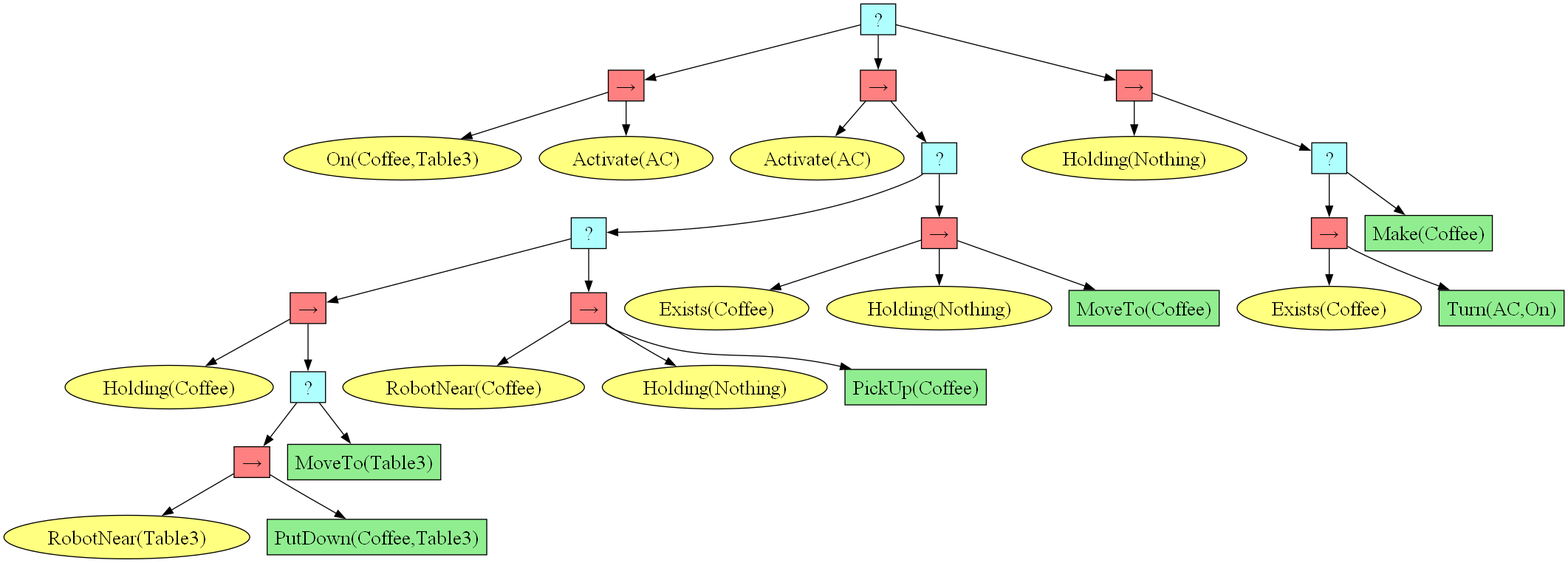
The Graphviz diagram test_exp/behavior_tree.png in DIDS-EI/BTPG, before a commit. Its source is kept beside it as test_exp/behavior_tree.dot.
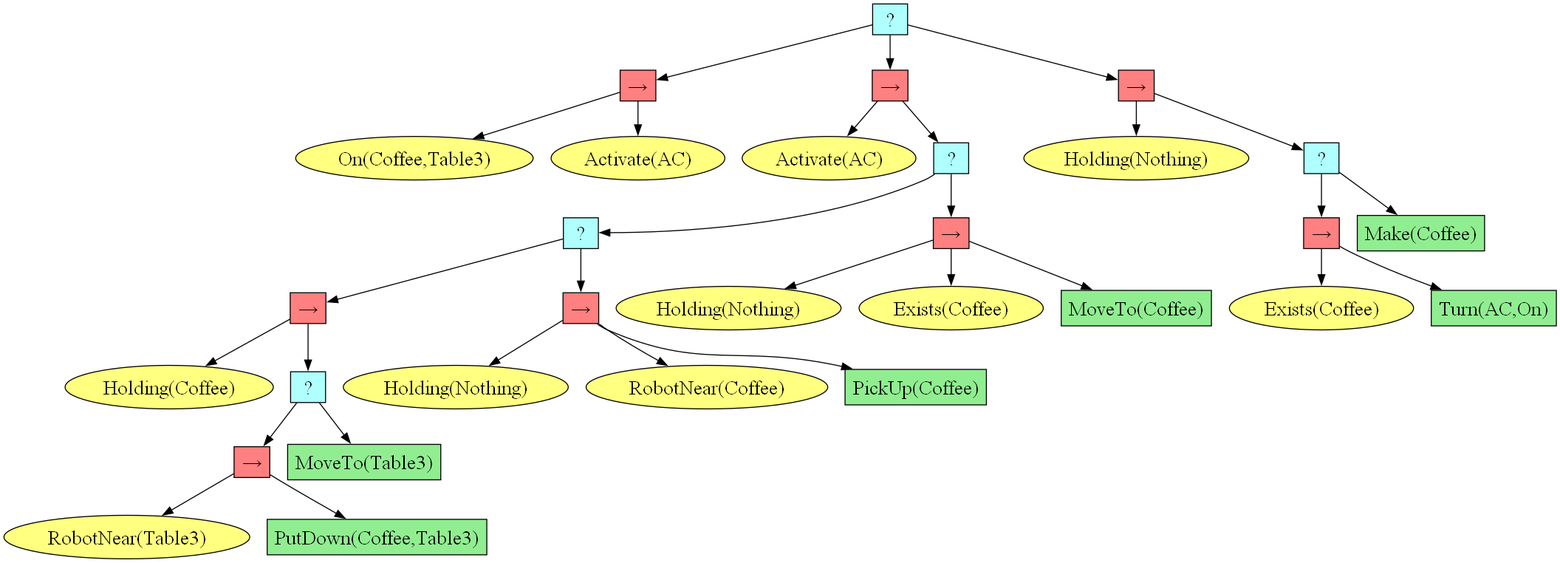
The same file after the commit.

Diff of the diagram source:
```diff
@@ -3,63 +3,63 @@
 graph [fontname="times-roman"];
 node [fontname="times-roman"];
 edge [fontname="times-roman"];
-"34a19ca0-0fbe-4056-8a72-8eb3d5da2c02" [fillcolor="#B0FFFF", fontcolor=black, fontsize=20, height=0.01, label=" ? ", shape=box, style=filled, width=0.01];
-"323f8d2c-ba91-422e-9818-ec222b9a08a6" [fillcolor="#FF8080", fontcolor=black, fontsize=20, height=0.01, label="&rarr;", shape=box, style=filled, width=0.01];
-"34a19ca0-0fbe-4056-8a72-8eb3d5da2c02" -> "323f8d2c-ba91-422e-9818-ec222b9a08a6";
-"8bbf36b4-bb47-4442-b671-87a81bb95b92" [fillcolor="#FFFF80", fontcolor=black, fontsize=20, label="On(Coffee,Table3)", shape=ellipse, style=filled];
-"323f8d2c-ba91-422e-9818-ec222b9a08a6" -> "8bbf36b4-bb47-4442-b671-87a81bb95b92";
-"9d35d95f-66da-4f33-8b60-67a6adf03b60" [fillcolor="#FFFF80", fontcolor=black, fontsize=20, label="Activate(AC)", shape=ellipse, style=filled];
-"323f8d2c-ba91-422e-9818-ec222b9a08a6" -> "9d35d95f-66da-4f33-8b60-67a6adf03b60";
-"1a3dc1e1-e78c-4251-9063-54b22ab9f140" [fillcolor="#FF8080", fontcolor=black, fontsize=20, height=0.01, label="&rarr;", shape=box, style=filled, width=0.01];
-"34a19ca0-0fbe-4056-8a72-8eb3d5da2c02" -> "1a3dc1e1-e78c-4251-9063-54b22ab9f140";
-"edda9bb5-5d80-4829-a66f-f4d9244ef62f" [fillcolor="#FFFF80", fontcolor=black, fontsize=20, label="Activate(AC)", shape=ellipse, style=filled];
-"1a3dc1e1-e78c-4251-9063-54b22ab9f140" -> "edda9bb5-5d80-4829-a66f-f4d9244ef62f";
-"aa7258eb-3653-48ad-be2b-69e1a2fbe213" [fillcolor="#B0FFFF", fontcolor=black, fontsize=20, height=0.01, label=" ? ", shape=box, style=filled, width=0.01];
-"1a3dc1e1-e78c-4251-9063-54b22ab9f140" -> "aa7258eb-3653-48ad-be2b-69e1a2fbe213";
-"5d1e0cb2-f457-435f-85fc-9e89969491ce" [fillcolor="#B0FFFF", fontcolor=black, fontsize=20, height=0.01, label=" ? ", shape=box, style=filled, width=0.01];
-"aa7258eb-3653-48ad-be2b-69e1a2fbe213" -> "5d1e0cb2-f457-435f-85fc-9e89969491ce";
-"b5f69b1d-6b72-46a3-8bf5-85674c190009" [fillcolor="#FF8080", fontcolor=black, fontsize=20, height=0.01, label="&rarr;", shape=box, style=filled, width=0.01];
-"5d1e0cb2-f457-435f-85fc-9e89969491ce" -> "b5f69b1d-6b72-46a3-8bf5-85674c190009";
-"86db094d-9e69-43b7-a8fb-7f1999c71744" [fillcolor="#FFFF80", fontcolor=black, fontsize=20, label="Holding(Coffee)", shape=ellipse, style=filled];
-"b5f69b1d-6b72-46a3-8bf5-85674c190009" -> "86db094d-9e69-43b7-a8fb-7f1999c71744";
-"1b3acef0-d2be-47e4-b06c-6e99b606c444" [fillcolor="#B0FFFF", fontcolor=black, fontsize=20, height=0.01, label=" ? ", shape=box, style=filled, width=0.01];
-"b5f69b1d-6b72-46a3-8bf5-85674c190009" -> "1b3acef0-d2be-47e4-b06c-6e99b606c444";
-"6ffb016b-ded9-4034-a2dd-65c7eeb5c558" [fillcolor="#FF8080", fontcolor=black, fontsize=20, height=0.01, label="&rarr;", shape=box, style=filled, width=0.01];
-"1b3acef0-d2be-47e4-b06c-6e99b606c444" -> "6ffb016b-ded9-4034-a2dd-65c7eeb5c558";
-"4be2b02c-ced7-4646-b9d9-d1869ec94f7c" [fillcolor="#FFFF80", fontcolor=black, fontsize=20, label="RobotNear(Table3)", shape=ellipse, style=filled];
-"6ffb016b-ded9-4034-a2dd-65c7eeb5c558" -> "4be2b02c-ced7-4646-b9d9-d1869ec94f7c";
-"e3cc0654-b172-42a7-b5f2-cff4e95f9528" [fillcolor=lightgreen, fontcolor=black, fontsize=20, label="PutDown(Coffee,Table3)", shape=box, style=filled];
-"6ffb016b-ded9-4034-a2dd-65c7eeb5c558" -> "e3cc0654-b172-42a7-b5f2-cff4e95f9528";
-"fb8c9bca-ddc2-4208-bb27-7314755e7140" [fillcolor=lightgreen, fontcolor=black, fontsize=20, label="MoveTo(Table3)", shape=box, style=filled];
-"1b3acef0-d2be-47e4-b06c-6e99b606c444" -> "fb8c9bca-ddc2-4208-bb27-7314755e7140";
-"17df22b5-ee78-430f-8dbc-316b016a686e" [fillcolor="#FF8080", fontcolor=black, fontsize=20, height=0.01, label="&rarr;", shape=box, style=filled, width=0.01];
-"5d1e0cb2-f457-435f-85fc-9e89969491ce" -> "17df22b5-ee78-430f-8dbc-316b016a686e";
-"9dadd5dd-30e9-43b6-bf2b-6180028d5480" [fillcolor="#FFFF80", fontcolor=black, fontsize=20, label="RobotNear(Coffee)", shape=ellipse, style=filled];
-"17df22b5-ee78-430f-8dbc-316b016a686e" -> "9dadd5dd-30e9-43b6-bf2b-6180028d5480";
-"bd805cff-9b04-4d88-a3d2-bd32851e9fa8" [fillcolor="#FFFF80", fontcolor=black, fontsize=20, label="Holding(Nothing)", shape=ellipse, style=filled];
-"17df22b5-ee78-430f-8dbc-316b016a686e" -> "bd805cff-9b04-4d88-a3d2-bd32851e9fa8";
-"7bfa6184-23b1-4a31-a349-524abd9a012c" [fillcolor=lightgreen, fontcolor=black, fontsize=20, label="PickUp(Coffee)", shape=box, style=filled];
-"17df22b5-ee78-430f-8dbc-316b016a686e" -> "7bfa6184-23b1-4a31-a349-524abd9a012c";
-"d79c0dc1-1696-4327-9b05-9ecd51a8c976" [fillcolor="#FF8080", fontcolor=black, fontsize=20, height=0.01, label="&rarr;", shape=box, style=filled, width=0.01];
-"aa7258eb-3653-48ad-be2b-69e1a2fbe213" -> "d79c0dc1-1696-4327-9b05-9ecd51a8c976";
-"92d6b382-08dd-4ddb-9fc5-a12efccc1003" [fillcolor="#FFFF80", fontcolor=black, fontsize=20, label="Exists(Coffee)", shape=ellipse, style=filled];
-"d79c0dc1-1696-4327-9b05-9ecd51a8c976" -> "92d6b382-08dd-4ddb-9fc5-a12efccc1003";
-"afef8107-e102-4362-9c65-e0eb8311c242" [fillcolor="#FFFF80", fontcolor=black, fontsize=20, label="Holding(Nothing)", shape=ellipse, style=filled];
-"d79c0dc1-1696-4327-9b05-9ecd51a8c976" -> "afef8107-e102-4362-9c65-e0eb8311c242";
-"6d70cc93-df03-4f5e-becc-886ca9ccbcb9" [fillcolor=lightgreen, fontcolor=black, fontsize=20, label="MoveTo(Coffee)", shape=box, style=filled];
-"d79c0dc1-1696-4327-9b05-9ecd51a8c976" -> "6d70cc93-df03-4f5e-becc-886ca9ccbcb9";
-"d8de4a3d-ca20-4c08-94e2-fb347f8fdb67" [fillcolor="#FF8080", fontcolor=black, fontsize=20, height=0.01, label="&rarr;", shape=box, style=filled, width=0.01];
-"34a19ca0-0fbe-4056-8a72-8eb3d5da2c02" -> "d8de4a3d-ca20-4c08-94e2-fb347f8fdb67";
-"028bed04-517d-4768-a334-aa4c28d0a9d1" [fillcolor="#FFFF80", fontcolor=black, fontsize=20, label="Holding(Nothing)", shape=ellipse, style=filled];
-"d8de4a3d-ca20-4c08-94e2-fb347f8fdb67" -> "028bed04-517d-4768-a334-aa4c28d0a9d1";
-"7eb5156b-bcfc-4950-8501-6dd90644c2ad" [fillcolor="#B0FFFF", fontcolor=black, fontsize=20, height=0.01, label=" ? ", shape=box, style=filled, width=0.01];
-"d8de4a3d-ca20-4c08-94e2-fb347f8fdb67" -> "7eb5156b-bcfc-4950-8501-6dd90644c2ad";
-"1531c7cf-24f0-42d4-8753-602075b8299e" [fillcolor="#FF8080", fontcolor=black, fontsize=20, height=0.01, label="&rarr;", shape=box, style=filled, width=0.01];
-"7eb5156b-bcfc-4950-8501-6dd90644c2ad" -> "1531c7cf-24f0-42d4-8753-602075b8299e";
-"1427fb6b-c91b-499c-9e88-f027434db1ea" [fillcolor="#FFFF80", fontcolor=black, fontsize=20, label="Exists(Coffee)", shape=ellipse, style=filled];
-"1531c7cf-24f0-42d4-8753-602075b8299e" -> "1427fb6b-c91b-499c-9e88-f027434db1ea";
-"c0e01c08-4807-4f36-8d82-79032e21ac60" [fillcolor=lightgreen, fontcolor=black, fontsize=20, label="Turn(AC,On)", shape=box, style=filled];
-"1531c7cf-24f0-42d4-8753-602075b8299e" -> "c0e01c08-4807-4f36-8d82-79032e21ac60";
-"3e221216-f3c8-4826-8950-cf1ca5cfe518" [fillcolor=lightgreen, fontcolor=black, fontsize=20, label="Make(Coffee)", shape=box, style=filled];
-"7eb5156b-bcfc-4950-8501-6dd90644c2ad" -> "3e221216-f3c8-4826-8950-cf1ca5cfe518";
+"40d96e6e-f017-47f1-b045-ea39ed35e793" [fillcolor="#B0FFFF", fontcolor=black, fontsize=20, height=0.01, label=" ? ", shape=box, style=filled, width=0.01];
+"39f95e0f-c5ad-485e-a5ed-3ec96b5ad5d9" [fillcolor="#FF8080", fontcolor=black, fontsize=20, height=0.01, label="&rarr;", shape=box, style=filled, width=0.01];
+"40d96e6e-f017-47f1-b045-ea39ed35e793" -> "39f95e0f-c5ad-485e-a5ed-3ec96b5ad5d9";
+"70feaf1a-8af5-4c74-aabb-561acfc43530" [fillcolor="#FFFF80", fontcolor=black, fontsize=20, label="On(Coffee,Table3)", shape=ellipse, style=filled];
+"39f95e0f-c5ad-485e-a5ed-3ec96b5ad5d9" -> "70feaf1a-8af5-4c74-aabb-561acfc43530";
+"87415fd5-b1ce-42e8-ad00-895939998f91" [fillcolor="#FFFF80", fontcolor=black, fontsize=20, label="Activate(AC)", shape=ellipse, style=filled];
+"39f95e0f-c5ad-485e-a5ed-3ec96b5ad5d9" -> "87415fd5-b1ce-42e8-ad00-895939998f91";
+"d03be1c2-f787-496b-a1dc-f2af9ec79a14" [fillcolor="#FF8080", fontcolor=black, fontsize=20, height=0.01, label="&rarr;", shape=box, style=filled, width=0.01];
+"40d96e6e-f017-47f1-b045-ea39ed35e793" -> "d03be1c2-f787-496b-a1dc-f2af9ec79a14";
+"9ba7d4c7-164f-49fa-a9fa-26b5f5db60ec" [fillcolor="#FFFF80", fontcolor=black, fontsize=20, label="Activate(AC)", shape=ellipse, style=filled];
+"d03be1c2-f787-496b-a1dc-f2af9ec79a14" -> "9ba7d4c7-164f-49fa-a9fa-26b5f5db60ec";
+"94f9e562-efd5-4621-9918-45c8e6b81e74" [fillcolor="#B0FFFF", fontcolor=black, fontsize=20, height=0.01, label=" ? ", shape=box, style=filled, width=0.01];
+"d03be1c2-f787-496b-a1dc-f2af9ec79a14" -> "94f9e562-efd5-4621-9918-45c8e6b81e74";
+"fee48f38-13d3-46e6-a908-384f66520c66" [fillcolor="#B0FFFF", fontcolor=black, fontsize=20, height=0.01, label=" ? ", shape=box, style=filled, width=0.01];
+"94f9e562-efd5-4621-9918-45c8e6b81e74" -> "fee48f38-13d3-46e6-a908-384f66520c66";
+"02331bc6-d342-45c8-8819-0e1af96a8849" [fillcolor="#FF8080", fontcolor=black, fontsize=20, height=0.01, label="&rarr;", shape=box, style=filled, width=0.01];
+"fee48f38-13d3-46e6-a908-384f66520c66" -> "02331bc6-d342-45c8-8819-0e1af96a8849";
+"d4fddffe-086e-4568-a979-3977a3ec776e" [fillcolor="#FFFF80", fontcolor=black, fontsize=20, label="Holding(Coffee)", shape=ellipse, style=filled];
+"02331bc6-d342-45c8-8819-0e1af96a8849" -> "d4fddffe-086e-4568-a979-3977a3ec776e";
+"1881fc75-9366-47d9-b159-01e662043d64" [fillcolor="#B0FFFF", fontcolor=black, fontsize=20, height=0.01, label=" ? ", shape=box, style=filled, width=0.01];
+"02331bc6-d342-45c8-8819-0e1af96a8849" -> "1881fc75-9366-47d9-b159-01e662043d64";
+"4d900d99-60f9-41fa-a7b6-ea96b367d318" [fillcolor="#FF8080", fontcolor=black, fontsize=20, height=0.01, label="&rarr;", shape=box, style=filled, width=0.01];
+"1881fc75-9366-47d9-b159-01e662043d64" -> "4d900d99-60f9-41fa-a7b6-ea96b367d318";
+"712e3908-0825-4aef-82c9-341d560eb55d" [fillcolor="#FFFF80", fontcolor=black, fontsize=20, label="RobotNear(Table3)", shape=ellipse, style=filled];
+"4d900d99-60f9-41fa-a7b6-ea96b367d318" -> "712e3908-0825-4aef-82c9-341d560eb55d";
+"6c966f39-e3bc-4025-bcbb-1533ca1a0537" [fillcolor=lightgreen, fontcolor=black, fontsize=20, label="PutDown(Coffee,Table3)", shape=box, style=filled];
+"4d900d99-60f9-41fa-a7b6-ea96b367d318" -> "6c966f39-e3bc-4025-bcbb-1533ca1a0537";
+"1153b8ec-3f32-4dfc-b597-c5e52ce059b2" [fillcolor=lightgreen, fontcolor=black, fontsize=20, label="MoveTo(Table3)", shape=box, style=filled];
+"1881fc75-9366-47d9-b159-01e662043d64" -> "1153b8ec-3f32-4dfc-b597-c5e52ce059b2";
+"c72324f7-5af9-47f1-a2eb-cf318114dbb9" [fillcolor="#FF8080", fontcolor=black, fontsize=20, height=0.01, label="&rarr;", shape=box, style=filled, width=0.01];
+"fee48f38-13d3-46e6-a908-384f66520c66" -> "c72324f7-5af9-47f1-a2eb-cf318114dbb9";
+"b83fd74e-a563-4847-a53e-cfaa095a8746" [fillcolor="#FFFF80", fontcolor=black, fontsize=20, label="Holding(Nothing)", shape=ellipse, style=filled];
+"c72324f7-5af9-47f1-a2eb-cf318114dbb9" -> "b83fd74e-a563-4847-a53e-cfaa095a8746";
+"6781cac6-c231-4472-90e6-476f79049899" [fillcolor="#FFFF80", fontcolor=black, fontsize=20, label="RobotNear(Coffee)", shape=ellipse, style=filled];
+"c72324f7-5af9-47f1-a2eb-cf318114dbb9" -> "6781cac6-c231-4472-90e6-476f79049899";
+"d7d7f4ef-10ce-4595-8bd2-14d8b89d6c56" [fillcolor=lightgreen, fontcolor=black, fontsize=20, label="PickUp(Coffee)", shape=box, style=filled];
+"c72324f7-5af9-47f1-a2eb-cf318114dbb9" -> "d7d7f4ef-10ce-4595-8bd2-14d8b89d6c56";
+"055c8e15-cb65-447e-b779-ac0a8d0df59f" [fillcolor="#FF8080", fontcolor=black, fontsize=20, height=0.01, label="&rarr;", shape=box, style=filled, width=0.01];
+"94f9e562-efd5-4621-9918-45c8e6b81e74" -> "055c8e15-cb65-447e-b779-ac0a8d0df59f";
+"c4df0c44-3141-4850-bfd1-75b1a0277998" [fillcolor="#FFFF80", fontcolor=black, fontsize=20, label="Holding(Nothing)", shape=ellipse, style=filled];
+"055c8e15-cb65-447e-b779-ac0a8d0df59f" -> "c4df0c44-3141-4850-bfd1-75b1a0277998";
+"114c61b8-a325-47dd-9c8b-91c153b71d09" [fillcolor="#FFFF80", fontcolor=black, fontsize=20, label="Exists(Coffee)", shape=ellipse, style=filled];
+"055c8e15-cb65-447e-b779-ac0a8d0df59f" -> "114c61b8-a325-47dd-9c8b-91c153b71d09";
+"401531bc-1919-48b1-9d5e-796f582d1b6d" [fillcolor=lightgreen, fontcolor=black, fontsize=20, label="MoveTo(Coffee)", shape=box, style=filled];
+"055c8e15-cb65-447e-b779-ac0a8d0df59f" -> "401531bc-1919-48b1-9d5e-796f582d1b6d";
+"63ed2ed0-f67e-4009-8327-aed50e896072" [fillcolor="#FF8080", fontcolor=black, fontsize=20, height=0.01, label="&rarr;", shape=box, style=filled, width=0.01];
+"40d96e6e-f017-47f1-b045-ea39ed35e793" -> "63ed2ed0-f67e-4009-8327-aed50e896072";
+"6e16e691-6402-464b-8d98-0975d803dcff" [fillcolor="#FFFF80", fontcolor=black, fontsize=20, label="Holding(Nothing)", shape=ellipse, style=filled];
+"63ed2ed0-f67e-4009-8327-aed50e896072" -> "6e16e691-6402-464b-8d98-0975d803dcff";
+"6932352c-b567-4a65-8966-d6ef2573fa6b" [fillcolor="#B0FFFF", fontcolor=black, fontsize=20, height=0.01, label=" ? ", shape=box, style=filled, width=0.01];
+"63ed2ed0-f67e-4009-8327-aed50e896072" -> "6932352c-b567-4a65-8966-d6ef2573fa6b";
+"d18984df-5ecc-4ed8-9d2d-813dfdb460c7" [fillcolor="#FF8080", fontcolor=black, fontsize=20, height=0.01, label="&rarr;", shape=box, style=filled, width=0.01];
+"6932352c-b567-4a65-8966-d6ef2573fa6b" -> "d18984df-5ecc-4ed8-9d2d-813dfdb460c7";
+"638dfec6-5d3c-4110-b8ea-479a51d3cf0c" [fillcolor="#FFFF80", fontcolor=black, fontsize=20, label="Exists(Coffee)", shape=ellipse, style=filled];
+"d18984df-5ecc-4ed8-9d2d-813dfdb460c7" -> "638dfec6-5d3c-4110-b8ea-479a51d3cf0c";
+"c0f40bdc-9a97-4e8b-bc93-c50c67c64dab" [fillcolor=lightgreen, fontcolor=black, fontsize=20, label="Turn(AC,On)", shape=box, style=filled];
+"d18984df-5ecc-4ed8-9d2d-813dfdb460c7" -> "c0f40bdc-9a97-4e8b-bc93-c50c67c64dab";
+"b11c4785-50f1-4fab-9135-22cfdeffc213" [fillcolor=lightgreen, fontcolor=black, fontsize=20, label="Make(Coffee)", shape=box, style=filled];
+"6932352c-b567-4a65-8966-d6ef2573fa6b" -> "b11c4785-50f1-4fab-9135-22cfdeffc213";
 }
```
